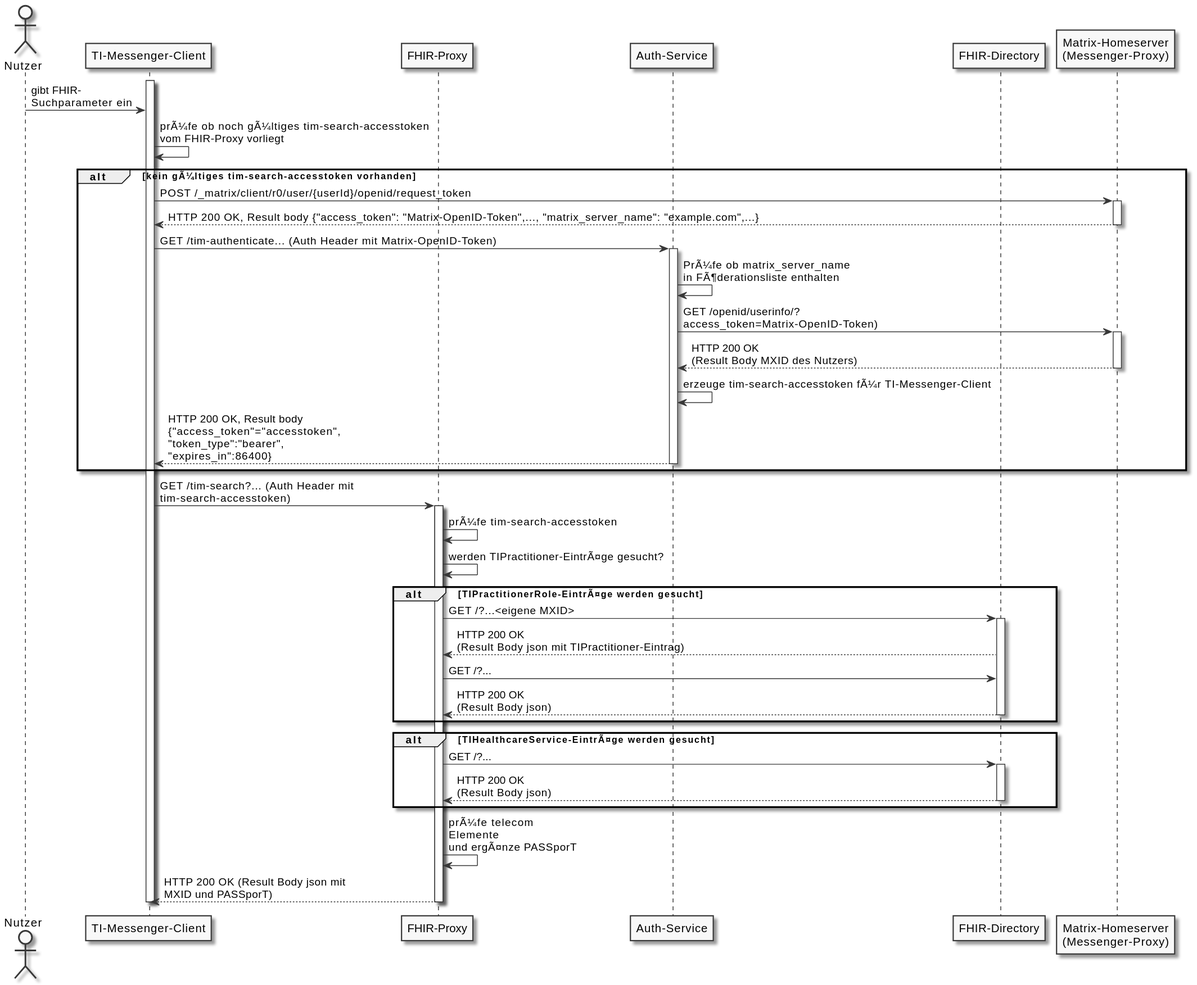
Before: images/plantuml/FHIR-Directory, Sequenzdiagram tim-search.svg, a diagram exported from PlantUML (gematik/api-vzd). The source it was exported from:
```plantuml
@startuml
skinparam dpi 100
skinparam WrapWidth 200
skinparam monochrome true

actor Nutzer
participant cl as "TI-Messenger-Client"
participant fp as "FHIR-Proxy"
participant au as "Auth-Service"
participant fd as "FHIR-Directory"
participant hs as "Matrix-Homeserver\n(Messenger-Proxy)"
activate cl
Nutzer -> cl:gibt FHIR-\nSuchparameter ein
cl -> cl: prÃ¼fe ob noch gÃ¼ltiges tim-search-accesstoken\nvom FHIR-Proxy vorliegt
alt kein gÃ¼ltiges tim-search-accesstoken vorhanden
cl -> hs: POST /_matrix/client/r0/user/{userId}/openid/request_token
activate hs
hs --> cl: HTTP 200 OK, Result body {"access_token": "Matrix-OpenID-Token",..., "matrix_server_name": "example.com",...}
deactivate hs
cl -> au: GET /tim-authenticate... (Auth Header mit Matrix-OpenID-Token)
activate au
au -> au: PrÃ¼fe ob matrix_server_name\nin FÃ¶derationsliste enthalten
au -> hs: GET /openid/userinfo/?\naccess_token=Matrix-OpenID-Token)
activate hs
hs --> au: HTTP 200 OK\n(Result Body MXID des Nutzers)
deactivate hs
au -> au: erzeuge tim-search-accesstoken fÃ¼r TI-Messenger-Client
au --> cl: HTTP 200 OK, Result body\n{"access_token"="accesstoken",\n"token_type":"bearer",\n"expires_in":86400}
deactivate au
end
cl -> fp: GET /tim-search?... (Auth Header mit\ntim-search-accesstoken)
activate fp
fp -> fp: prÃ¼fe tim-search-accesstoken
fp -> fp: werden TIPractitioner-EintrÃ¤ge gesucht?
alt TIPractitionerRole-EintrÃ¤ge werden gesucht
fp -> fd: GET /?...<eigene MXID>
activate fd
fd --> fp: HTTP 200 OK\n(Result Body json mit TIPractitioner-Eintrag)
fp -> fd: GET /?...
fd --> fp: HTTP 200 OK\n(Result Body json)
deactivate fd
end
alt TIHealthcareService-EintrÃ¤ge werden gesucht
fp -> fd: GET /?...
activate fd
fd --> fp: HTTP 200 OK\n(Result Body json)
deactivate fd
end
fp -> fp: prÃ¼fe telecom\nElemente\nund ergÃ¤nze PASSporT
fp --> cl: HTTP 200 OK (Result Body json mit\nMXID und PASSporT)
deactivate fp
deactivate cl
@enduml
```
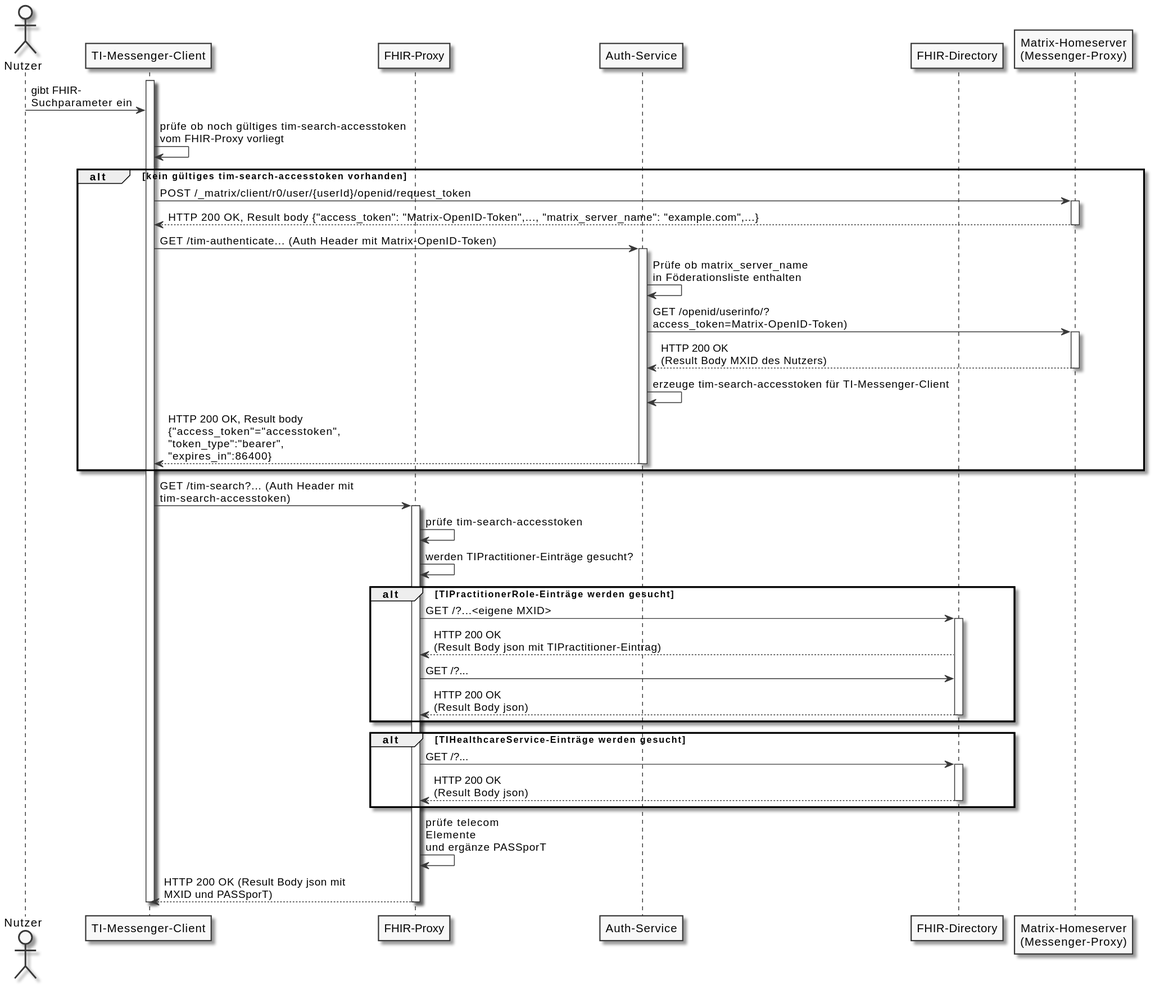
After the commit.

The edit, as a diff of the source:
```diff
@@ -11,28 +11,28 @@
 participant hs as "Matrix-Homeserver\n(Messenger-Proxy)"
 activate cl
 Nutzer -> cl:gibt FHIR-\nSuchparameter ein
-cl -> cl: prÃ¼fe ob noch gÃ¼ltiges tim-search-accesstoken\nvom FHIR-Proxy vorliegt
-alt kein gÃ¼ltiges tim-search-accesstoken vorhanden
+cl -> cl: prüfe ob noch gültiges tim-search-accesstoken\nvom FHIR-Proxy vorliegt
+alt kein gültiges tim-search-accesstoken vorhanden
 cl -> hs: POST /_matrix/client/r0/user/{userId}/openid/request_token
 activate hs
 hs --> cl: HTTP 200 OK, Result body {"access_token": "Matrix-OpenID-Token",..., "matrix_server_name": "example.com",...}
 deactivate hs
 cl -> au: GET /tim-authenticate... (Auth Header mit Matrix-OpenID-Token)
 activate au
-au -> au: PrÃ¼fe ob matrix_server_name\nin FÃ¶derationsliste enthalten
+au -> au: Prüfe ob matrix_server_name\nin Föderationsliste enthalten
 au -> hs: GET /openid/userinfo/?\naccess_token=Matrix-OpenID-Token)
 activate hs
 hs --> au: HTTP 200 OK\n(Result Body MXID des Nutzers)
 deactivate hs
-au -> au: erzeuge tim-search-accesstoken fÃ¼r TI-Messenger-Client
+au -> au: erzeuge tim-search-accesstoken für TI-Messenger-Client
 au --> cl: HTTP 200 OK, Result body\n{"access_token"="accesstoken",\n"token_type":"bearer",\n"expires_in":86400}
 deactivate au
 end
 cl -> fp: GET /tim-search?... (Auth Header mit\ntim-search-accesstoken)
 activate fp
-fp -> fp: prÃ¼fe tim-search-accesstoken
-fp -> fp: werden TIPractitioner-EintrÃ¤ge gesucht?
-alt TIPractitionerRole-EintrÃ¤ge werden gesucht
+fp -> fp: prüfe tim-search-accesstoken
+fp -> fp: werden TIPractitioner-Einträge gesucht?
+alt TIPractitionerRole-Einträge werden gesucht
 fp -> fd: GET /?...<eigene MXID>
 activate fd
 fd --> fp: HTTP 200 OK\n(Result Body json mit TIPractitioner-Eintrag)
@@ -40,13 +40,13 @@
 fd --> fp: HTTP 200 OK\n(Result Body json)
 deactivate fd
 end
-alt TIHealthcareService-EintrÃ¤ge werden gesucht
+alt TIHealthcareService-Einträge werden gesucht
 fp -> fd: GET /?...
 activate fd
 fd --> fp: HTTP 200 OK\n(Result Body json)
 deactivate fd
 end
-fp -> fp: prÃ¼fe telecom\nElemente\nund ergÃ¤nze PASSporT
+fp -> fp: prüfe telecom\nElemente\nund ergänze PASSporT
 fp --> cl: HTTP 200 OK (Result Body json mit\nMXID und PASSporT)
 deactivate fp
 deactivate cl
```
